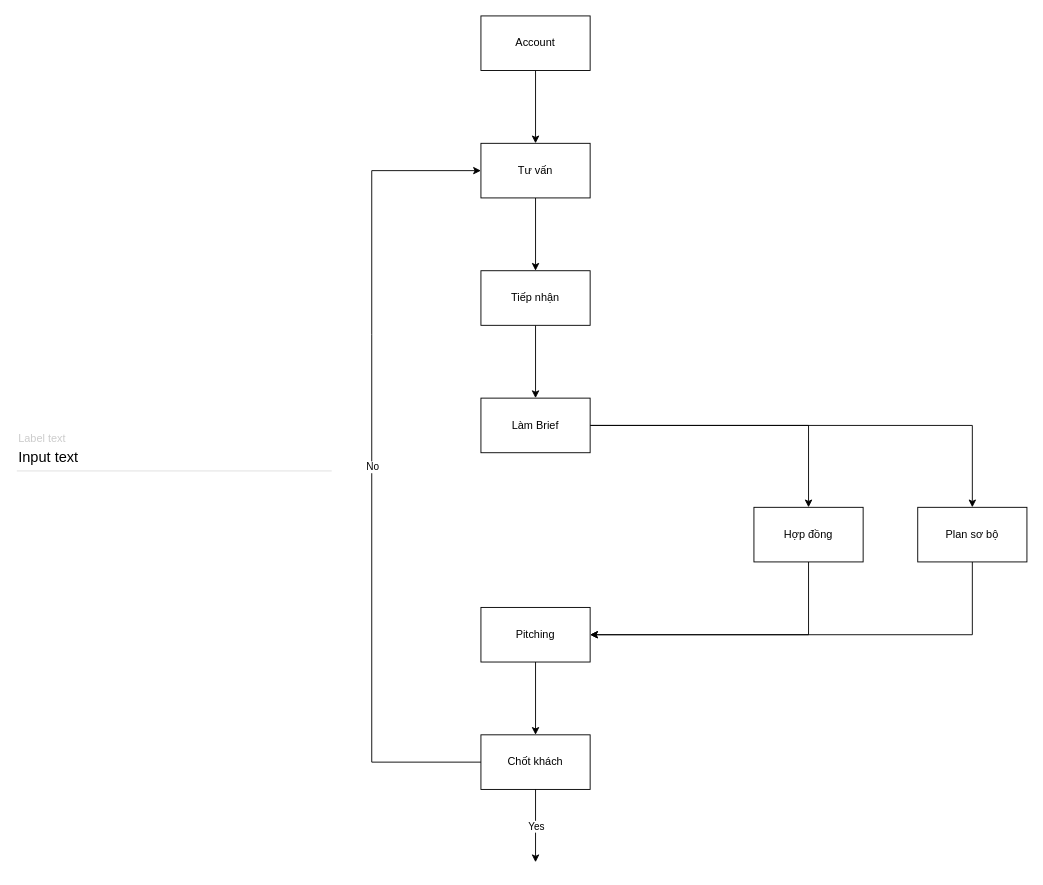
Earlier version of the draw.io diagram Quy trình.drawio (Andy-cods/fzzdf). Source tidied: cells renumbered, new cells numbered last; positions are measured from the earlier drawing's top-left corner, leaving out a move shared by most shapes. Both pictures are drawn from the tidied source at 91%, with x=0, y=0 at pixel (16, 15).
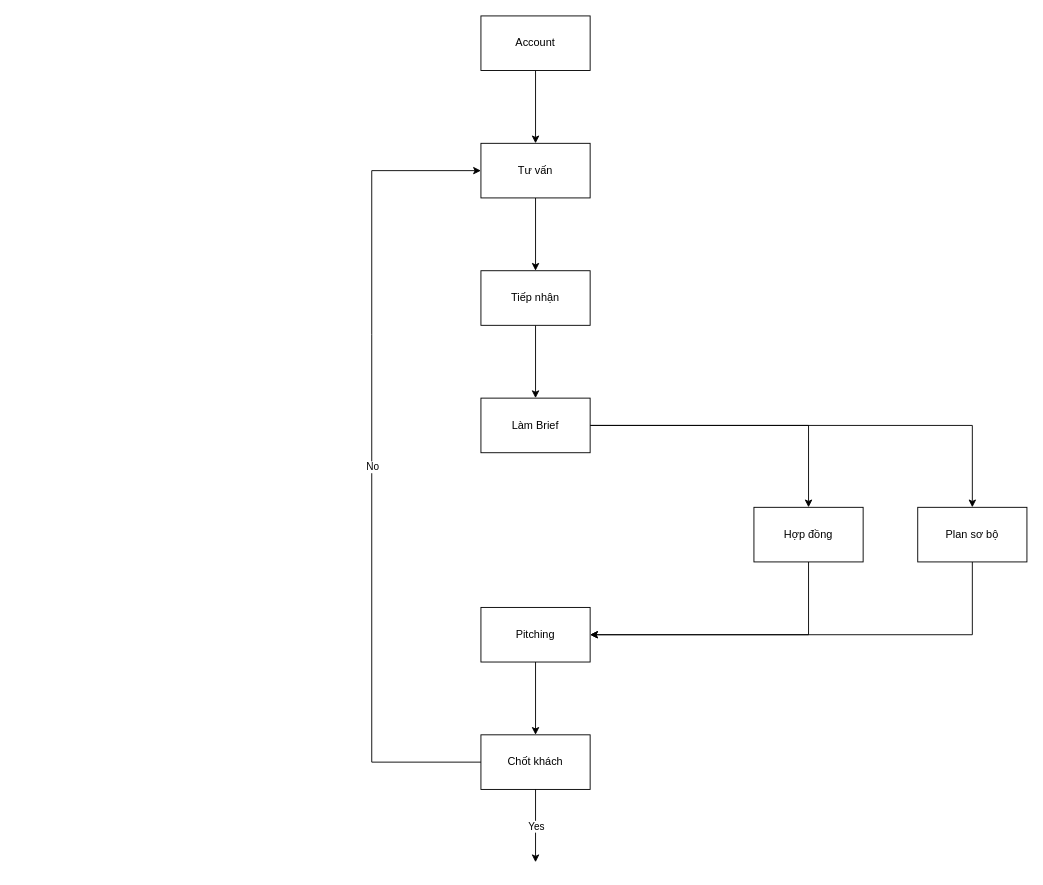
The same page after the edit.

Change to the diagram source:
```diff
@@
-    <mxCell id="22" value="Label text" style="text;fontColor=#cccccc;fontSize=12;verticalAlign=middle;strokeColor=none;fillColor=none;whiteSpace=wrap;html=1;" parent="1" vertex="1">
-      <mxGeometry y="450" width="346" height="30" as="geometry" />
-    </mxCell>
-    <mxCell id="23" value="Input text" style="text;fontSize=16;verticalAlign=middle;strokeColor=none;fillColor=none;whiteSpace=wrap;html=1;" parent="1" vertex="1">
-      <mxGeometry y="470" width="346" height="30" as="geometry" />
-    </mxCell>
-    <mxCell id="24" style="dashed=0;shape=line;strokeWidth=2;noLabel=1;strokeColor=#eeeeee;" parent="1" vertex="1">
-      <mxGeometry y="495" width="346" height="10" as="geometry" />
-    </mxCell>
```
